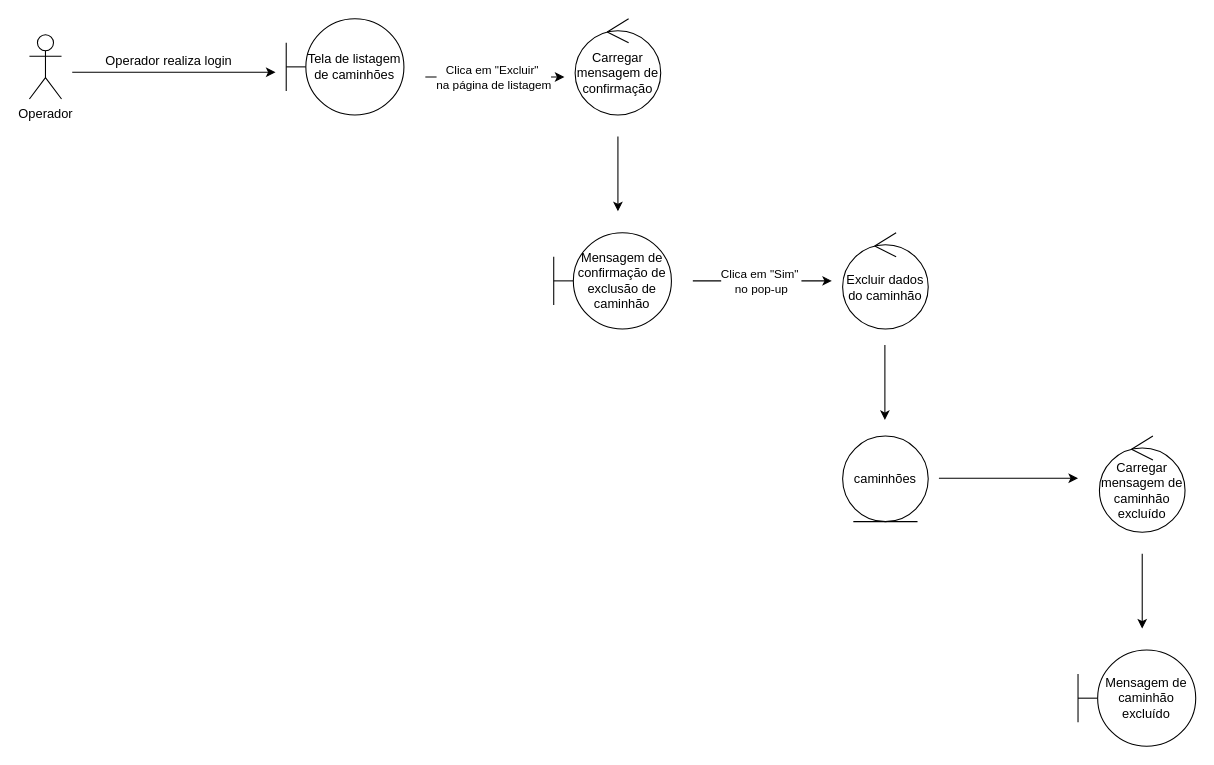
Earlier version of the draw.io diagram page "Diagrama de robustez - exclusão de caminhão" (12 of 28) of docs/diagrams/MTruck Diagrams.drawio (iamseki/mtruck-api). Source tidied: cells renumbered, new cells numbered last; positions are measured from the earlier drawing's top-left corner, leaving out a move shared by most shapes. Both pictures are drawn from the tidied source at 107%, with x=0, y=0 at pixel (29, 18).
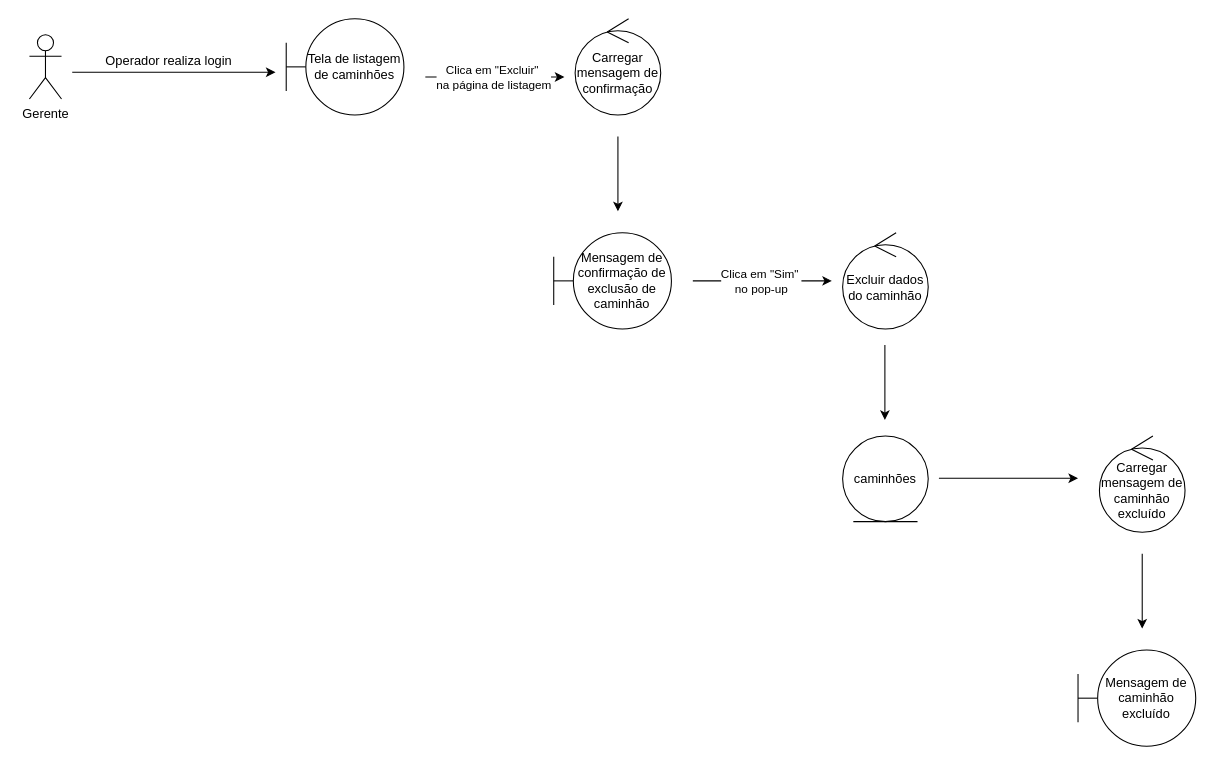
The same page after the edit.

Change to the diagram source:
```diff
@@
-    <mxCell id="2" value="Operador" style="shape=umlActor;verticalLabelPosition=bottom;verticalAlign=top;html=1;" parent="1" vertex="1">
+    <mxCell id="2" value="Gerente" style="shape=umlActor;verticalLabelPosition=bottom;verticalAlign=top;html=1;" parent="1" vertex="1">
       <mxGeometry y="15" width="30" height="60" as="geometry" />
     </mxCell>
```
